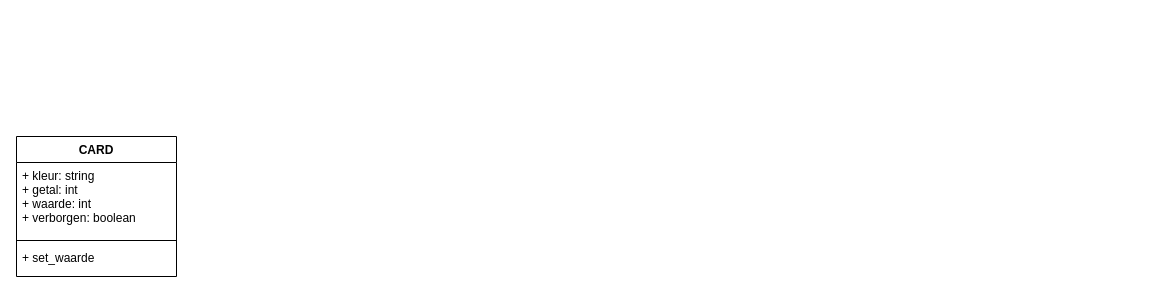
philippevp/Les_Syntra keeps this draw.io diagram as py_syntra.drawio. Above is the earlier version. Source tidied: cells renumbered, new cells numbered last; positions are measured from the earlier drawing's top-left corner, leaving out a move shared by most shapes. Both pictures are drawn from the tidied source at 100%, with x=0, y=0 at pixel (16, 136).
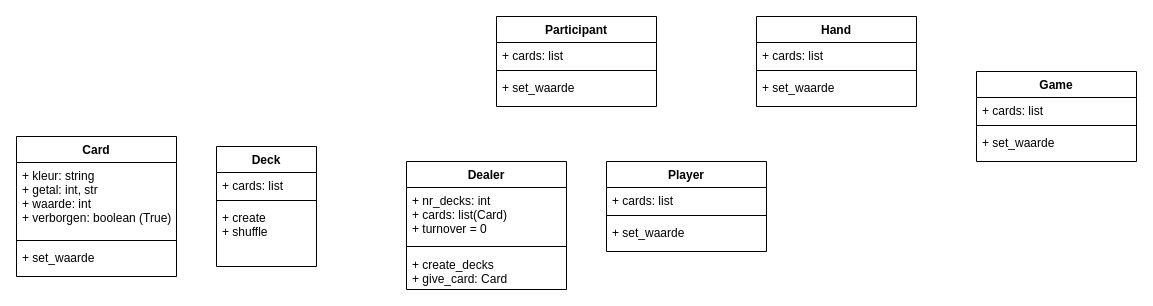
Above is the later version.

What changed in the source:
```diff
@@
-    <mxCell id="2" value="CARD" style="swimlane;fontStyle=1;align=center;verticalAlign=top;horizontal=1;startSize=26;" parent="1" vertex="1">
+    <mxCell id="2" value="Card" style="swimlane;fontStyle=1;align=center;verticalAlign=top;horizontal=1;startSize=26;" parent="1" vertex="1">
       <mxGeometry width="160" height="140" as="geometry" />
     </mxCell>
-    <mxCell id="3" value="+ kleur: string&#10;+ getal: int&#10;+ waarde: int&#10;+ verborgen: boolean&#10;" style="text;strokeColor=none;fillColor=none;align=left;verticalAlign=top;spacingLeft=4;spacingRight=4;overflow=hidden;" parent="2" vertex="1">
+    <mxCell id="3" value="+ kleur: string&#10;+ getal: int, str&#10;+ waarde: int&#10;+ verborgen: boolean (True)&#10;" style="text;strokeColor=none;fillColor=none;align=left;verticalAlign=top;spacingLeft=4;spacingRight=4;overflow=hidden;" parent="2" vertex="1">
       <mxGeometry y="26" width="160" height="74" as="geometry" />
     </mxCell>
@@
+    <mxCell id="6" value="Deck" style="swimlane;fontStyle=1;align=center;verticalAlign=top;horizontal=1;startSize=26;" parent="1" vertex="1">
+      <mxGeometry x="200" y="10" width="100" height="120" as="geometry" />
+    </mxCell>
+    <mxCell id="7" value="+ cards: list&#10;" style="text;strokeColor=none;fillColor=none;align=left;verticalAlign=top;spacingLeft=4;spacingRight=4;overflow=hidden;" parent="6" vertex="1">
+      <mxGeometry y="26" width="100" height="24" as="geometry" />
+    </mxCell>
+    <mxCell id="8" style="line;strokeWidth=1;fillColor=none;align=left;verticalAlign=middle;spacingTop=-1;spacingLeft=3;spacingRight=3;labelPosition=right;strokeColor=inherit;" parent="6" vertex="1">
+      <mxGeometry y="50" width="100" height="8" as="geometry" />
+    </mxCell>
+    <mxCell id="9" value="+ create&#10;+ shuffle" style="text;strokeColor=none;fillColor=none;align=left;verticalAlign=top;spacingLeft=4;spacingRight=4;overflow=hidden;" parent="6" vertex="1">
+      <mxGeometry y="58" width="100" height="62" as="geometry" />
+    </mxCell>
+    <mxCell id="10" value="Dealer" style="swimlane;fontStyle=1;align=center;verticalAlign=top;horizontal=1;startSize=26;" parent="1" vertex="1">
+      <mxGeometry x="390" y="25" width="160" height="128" as="geometry" />
+    </mxCell>
+    <mxCell id="11" value="+ nr_decks: int&#10;+ cards: list(Card)&#10;+ turnover = 0" style="text;strokeColor=none;fillColor=none;align=left;verticalAlign=top;spacingLeft=4;spacingRight=4;overflow=hidden;" parent="10" vertex="1">
+      <mxGeometry y="26" width="160" height="54" as="geometry" />
+    </mxCell>
+    <mxCell id="12" style="line;strokeWidth=1;fillColor=none;align=left;verticalAlign=middle;spacingTop=-1;spacingLeft=3;spacingRight=3;labelPosition=right;strokeColor=inherit;" parent="10" vertex="1">
+      <mxGeometry y="80" width="160" height="10" as="geometry" />
+    </mxCell>
+    <mxCell id="13" value="+ create_decks&#10;+ give_card: Card" style="text;strokeColor=none;fillColor=none;align=left;verticalAlign=top;spacingLeft=4;spacingRight=4;overflow=hidden;" parent="10" vertex="1">
+      <mxGeometry y="90" width="160" height="38" as="geometry" />
+    </mxCell>
+    <mxCell id="14" value="Participant" style="swimlane;fontStyle=1;align=center;verticalAlign=top;horizontal=1;startSize=26;" parent="1" vertex="1">
+      <mxGeometry x="480" y="-120" width="160" height="90" as="geometry" />
+    </mxCell>
+    <mxCell id="15" value="+ cards: list&#10;" style="text;strokeColor=none;fillColor=none;align=left;verticalAlign=top;spacingLeft=4;spacingRight=4;overflow=hidden;" parent="14" vertex="1">
+      <mxGeometry y="26" width="160" height="24" as="geometry" />
+    </mxCell>
+    <mxCell id="16" style="line;strokeWidth=1;fillColor=none;align=left;verticalAlign=middle;spacingTop=-1;spacingLeft=3;spacingRight=3;labelPosition=right;strokeColor=inherit;" parent="14" vertex="1">
+      <mxGeometry y="50" width="160" height="8" as="geometry" />
+    </mxCell>
+    <mxCell id="17" value="+ set_waarde " style="text;strokeColor=none;fillColor=none;align=left;verticalAlign=top;spacingLeft=4;spacingRight=4;overflow=hidden;" parent="14" vertex="1">
+      <mxGeometry y="58" width="160" height="32" as="geometry" />
+    </mxCell>
+    <mxCell id="18" value="Player" style="swimlane;fontStyle=1;align=center;verticalAlign=top;horizontal=1;startSize=26;" parent="1" vertex="1">
+      <mxGeometry x="590" y="25" width="160" height="90" as="geometry" />
+    </mxCell>
+    <mxCell id="19" value="+ cards: list&#10;" style="text;strokeColor=none;fillColor=none;align=left;verticalAlign=top;spacingLeft=4;spacingRight=4;overflow=hidden;" parent="18" vertex="1">
+      <mxGeometry y="26" width="160" height="24" as="geometry" />
+    </mxCell>
+    <mxCell id="20" style="line;strokeWidth=1;fillColor=none;align=left;verticalAlign=middle;spacingTop=-1;spacingLeft=3;spacingRight=3;labelPosition=right;strokeColor=inherit;" parent="18" vertex="1">
+      <mxGeometry y="50" width="160" height="8" as="geometry" />
+    </mxCell>
+    <mxCell id="21" value="+ set_waarde " style="text;strokeColor=none;fillColor=none;align=left;verticalAlign=top;spacingLeft=4;spacingRight=4;overflow=hidden;" parent="18" vertex="1">
+      <mxGeometry y="58" width="160" height="32" as="geometry" />
+    </mxCell>
+    <mxCell id="22" value="Hand" style="swimlane;fontStyle=1;align=center;verticalAlign=top;horizontal=1;startSize=26;" parent="1" vertex="1">
+      <mxGeometry x="740" y="-120" width="160" height="90" as="geometry" />
+    </mxCell>
+    <mxCell id="23" value="+ cards: list&#10;" style="text;strokeColor=none;fillColor=none;align=left;verticalAlign=top;spacingLeft=4;spacingRight=4;overflow=hidden;" parent="22" vertex="1">
+      <mxGeometry y="26" width="160" height="24" as="geometry" />
+    </mxCell>
+    <mxCell id="24" style="line;strokeWidth=1;fillColor=none;align=left;verticalAlign=middle;spacingTop=-1;spacingLeft=3;spacingRight=3;labelPosition=right;strokeColor=inherit;" parent="22" vertex="1">
+      <mxGeometry y="50" width="160" height="8" as="geometry" />
+    </mxCell>
+    <mxCell id="25" value="+ set_waarde " style="text;strokeColor=none;fillColor=none;align=left;verticalAlign=top;spacingLeft=4;spacingRight=4;overflow=hidden;" parent="22" vertex="1">
+      <mxGeometry y="58" width="160" height="32" as="geometry" />
+    </mxCell>
+    <mxCell id="26" value="Game" style="swimlane;fontStyle=1;align=center;verticalAlign=top;horizontal=1;startSize=26;" parent="1" vertex="1">
+      <mxGeometry x="960" y="-65" width="160" height="90" as="geometry" />
+    </mxCell>
+    <mxCell id="27" value="+ cards: list&#10;" style="text;strokeColor=none;fillColor=none;align=left;verticalAlign=top;spacingLeft=4;spacingRight=4;overflow=hidden;" parent="26" vertex="1">
+      <mxGeometry y="26" width="160" height="24" as="geometry" />
+    </mxCell>
+    <mxCell id="28" style="line;strokeWidth=1;fillColor=none;align=left;verticalAlign=middle;spacingTop=-1;spacingLeft=3;spacingRight=3;labelPosition=right;strokeColor=inherit;" parent="26" vertex="1">
+      <mxGeometry y="50" width="160" height="8" as="geometry" />
+    </mxCell>
+    <mxCell id="29" value="+ set_waarde " style="text;strokeColor=none;fillColor=none;align=left;verticalAlign=top;spacingLeft=4;spacingRight=4;overflow=hidden;" parent="26" vertex="1">
+      <mxGeometry y="58" width="160" height="32" as="geometry" />
+    </mxCell>
```
